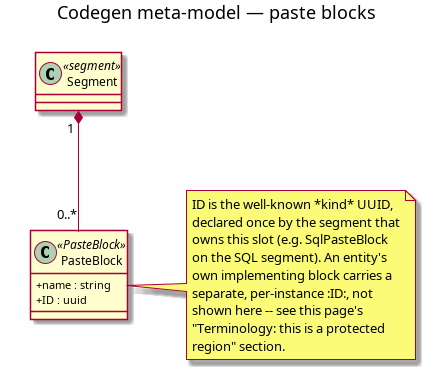
Above: projects/ores.codegen/modeling/codegen_meta_model_paste_blocks.png in OreStudio/OreStudio (PlantUML), before the change. Its source is kept beside it as projects/ores.codegen/modeling/codegen_meta_model_paste_blocks.puml.
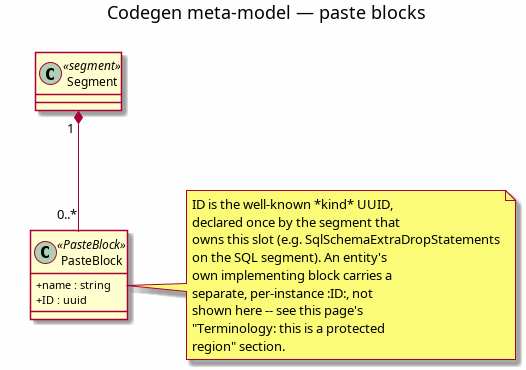
The same diagram one commit later.

Commit message:
[codegen] Name SQL paste block after its archetype, restructure entity attachment prose

Diff of the diagram source:
```diff
@@ -15,7 +15,7 @@
 note right of PasteBlock
   ID is the well-known *kind* UUID,
   declared once by the segment that
-  owns this slot (e.g. SqlPasteBlock
+  owns this slot (e.g. SqlSchemaExtraDropStatements
   on the SQL segment). An entity's
   own implementing block carries a
   separate, per-instance :ID:, not
```
